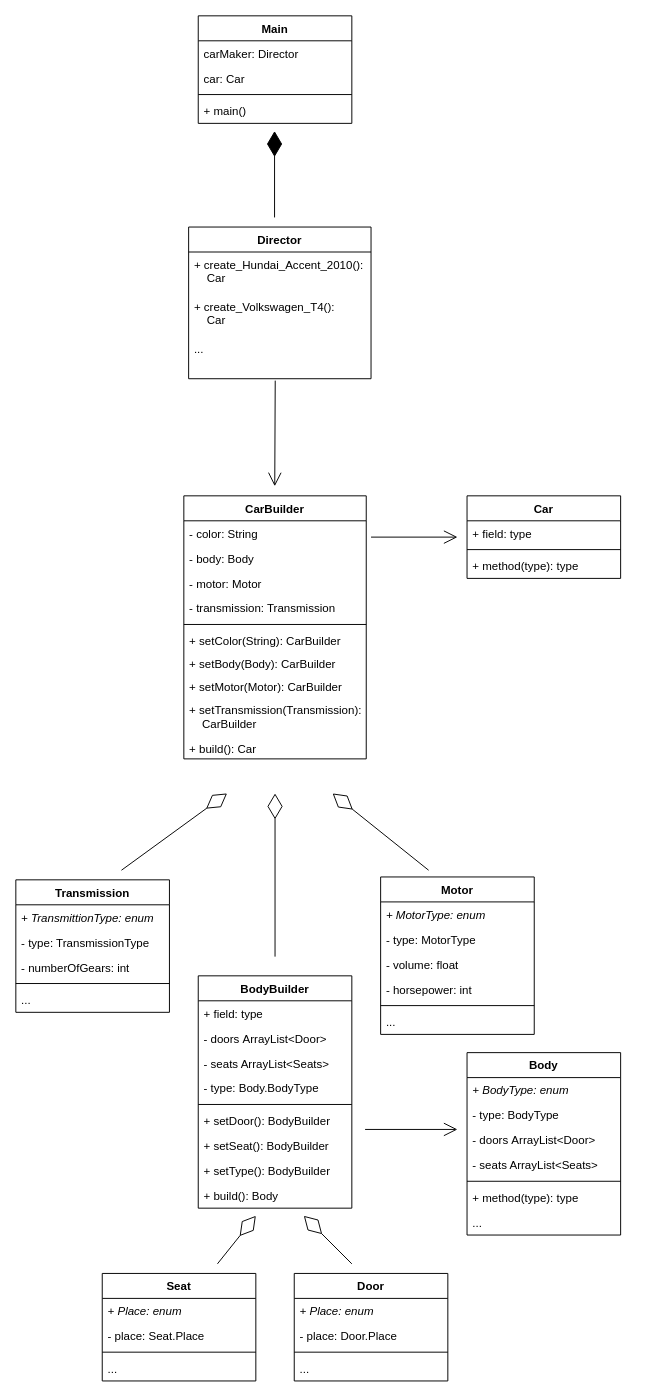
This is 4 Builder/src/Task_hw1/Builder.drawio from grohvlad/design-Patterns, a draw.io file, before an edit. Source tidied: cells renumbered, new cells numbered last; positions are measured from the earlier drawing's top-left corner, leaving out a move shared by most shapes. Both pictures are drawn from the tidied source at 96%, with x=0, y=0 at pixel (15, 15).
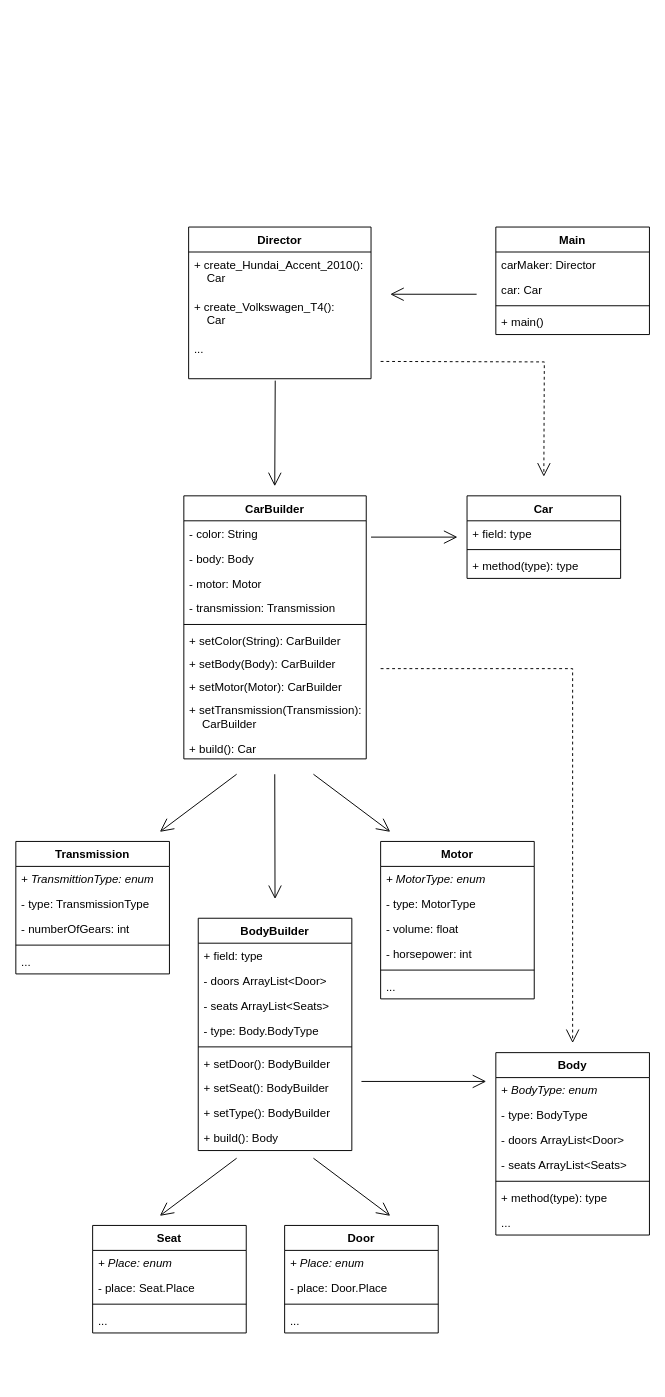
The same diagram, later.

Change to the diagram source:
```diff
@@
     <mxCell id="2" value="Body" style="swimlane;fontStyle=1;align=center;verticalAlign=top;horizontal=1;startSize=26;" parent="1" vertex="1">
-      <mxGeometry x="470" y="1080" width="160" height="190" as="geometry" />
+      <mxGeometry x="500" y="1080" width="160" height="190" as="geometry" />
     </mxCell>
@@
     <mxCell id="10" value="BodyBuilder" style="swimlane;fontStyle=1;align=center;verticalAlign=top;horizontal=1;startSize=26;" parent="1" vertex="1">
-      <mxGeometry x="190" y="1000" width="160" height="242" as="geometry" />
+      <mxGeometry x="190" y="940" width="160" height="242" as="geometry" />
     </mxCell>
@@
     <mxCell id="39" value="Door" style="swimlane;fontStyle=1;align=center;verticalAlign=top;horizontal=1;startSize=26;" parent="1" vertex="1">
-      <mxGeometry x="290" y="1310" width="160" height="112" as="geometry" />
+      <mxGeometry x="280" y="1260" width="160" height="112" as="geometry" />
     </mxCell>
@@
     <mxCell id="44" value="Seat" style="swimlane;fontStyle=1;align=center;verticalAlign=top;horizontal=1;startSize=26;" parent="1" vertex="1">
-      <mxGeometry x="90" y="1310" width="160" height="112" as="geometry" />
+      <mxGeometry x="80" y="1260" width="160" height="112" as="geometry" />
     </mxCell>
@@
-    <mxCell id="46" style="endArrow=diamondThin;endFill=0;endSize=24;html=1;rounded=0;" parent="44" edge="1">
-      <mxGeometry relative="1" as="geometry">
-        <mxPoint x="120" y="-10" as="sourcePoint" />
-        <mxPoint x="160" y="-60" as="targetPoint" />
-      </mxGeometry>
-    </mxCell>
@@
     <mxCell id="50" value="Transmission" style="swimlane;fontStyle=1;align=center;verticalAlign=top;horizontal=1;startSize=26;" parent="1" vertex="1">
-      <mxGeometry y="900" width="160" height="138" as="geometry" />
+      <mxGeometry y="860" width="160" height="138" as="geometry" />
     </mxCell>
@@
     <mxCell id="56" value="Main" style="swimlane;fontStyle=1;align=center;verticalAlign=top;horizontal=1;startSize=26;" parent="1" vertex="1">
-      <mxGeometry x="190" width="160" height="112" as="geometry" />
+      <mxGeometry x="500" y="220" width="160" height="112" as="geometry" />
     </mxCell>
@@
-    <mxCell id="63" style="endArrow=diamondThin;endFill=1;endSize=24;html=1;rounded=0;" parent="1" edge="1">
-      <mxGeometry relative="1" as="geometry">
-        <mxPoint x="269.5" y="210" as="sourcePoint" />
-        <mxPoint x="269.5" y="120" as="targetPoint" />
-      </mxGeometry>
-    </mxCell>
-    <mxCell id="64" style="endArrow=diamondThin;endFill=0;endSize=24;html=1;rounded=0;" parent="1" edge="1">
-      <mxGeometry relative="1" as="geometry">
-        <mxPoint x="110" y="890" as="sourcePoint" />
-        <mxPoint x="220" y="810" as="targetPoint" />
-      </mxGeometry>
-    </mxCell>
     <mxCell id="65" style="endArrow=open;endFill=1;endSize=12;html=1;rounded=0;" parent="1" edge="1">
       <mxGeometry relative="1" as="geometry">
-        <mxPoint x="363.8" y="1160" as="sourcePoint" />
-        <mxPoint x="460" y="1160" as="targetPoint" />
+        <mxPoint x="360" y="1110" as="sourcePoint" />
+        <mxPoint x="490" y="1110" as="targetPoint" />
       </mxGeometry>
     </mxCell>
-    <mxCell id="66" style="endArrow=diamondThin;endFill=0;endSize=24;html=1;rounded=0;" parent="1" edge="1">
-      <mxGeometry relative="1" as="geometry">
-        <mxPoint x="430" y="890" as="sourcePoint" />
-        <mxPoint x="330" y="810" as="targetPoint" />
-      </mxGeometry>
-    </mxCell>
-    <mxCell id="67" style="endArrow=diamondThin;endFill=0;endSize=24;html=1;rounded=0;" parent="1" edge="1">
-      <mxGeometry relative="1" as="geometry">
-        <mxPoint x="270" y="980" as="sourcePoint" />
-        <mxPoint x="270" y="810" as="targetPoint" />
-      </mxGeometry>
-    </mxCell>
     <mxCell id="68" value="Motor" style="swimlane;fontStyle=1;align=center;verticalAlign=top;horizontal=1;startSize=26;" parent="1" vertex="1">
-      <mxGeometry x="380" y="897" width="160" height="164" as="geometry" />
+      <mxGeometry x="380" y="860" width="160" height="164" as="geometry" />
     </mxCell>
@@
-    <mxCell id="75" style="endArrow=diamondThin;endFill=0;endSize=24;html=1;rounded=0;" parent="1" edge="1">
-      <mxGeometry relative="1" as="geometry">
-        <mxPoint x="350" y="1300" as="sourcePoint" />
-        <mxPoint x="300" y="1250" as="targetPoint" />
-      </mxGeometry>
-    </mxCell>
+    <mxCell id="76" style="endArrow=open;endFill=1;endSize=12;html=1;rounded=0;" parent="1" edge="1">
+      <mxGeometry relative="1" as="geometry">
+        <mxPoint x="480" y="290" as="sourcePoint" />
+        <mxPoint x="390" y="290" as="targetPoint" />
+      </mxGeometry>
+    </mxCell>
+    <mxCell id="77" style="endArrow=open;endSize=12;dashed=1;html=1;rounded=0;edgeStyle=orthogonalEdgeStyle;" parent="1" edge="1">
+      <mxGeometry x="0.12" y="-20" relative="1" as="geometry">
+        <mxPoint x="380" y="360" as="sourcePoint" />
+        <mxPoint x="550" y="480" as="targetPoint" />
+        <mxPoint x="-1" as="offset" />
+      </mxGeometry>
+    </mxCell>
+    <mxCell id="78" style="endArrow=open;endFill=1;endSize=12;html=1;rounded=0;" parent="1" edge="1">
+      <mxGeometry relative="1" as="geometry">
+        <mxPoint x="269.7" y="790" as="sourcePoint" />
+        <mxPoint x="270" y="920" as="targetPoint" />
+      </mxGeometry>
+    </mxCell>
+    <mxCell id="79" style="endArrow=open;endFill=1;endSize=12;html=1;rounded=0;" parent="1" edge="1">
+      <mxGeometry relative="1" as="geometry">
+        <mxPoint x="230" y="790" as="sourcePoint" />
+        <mxPoint x="150" y="850" as="targetPoint" />
+      </mxGeometry>
+    </mxCell>
+    <mxCell id="80" style="endArrow=open;endFill=1;endSize=12;html=1;rounded=0;" parent="1" edge="1">
+      <mxGeometry relative="1" as="geometry">
+        <mxPoint x="310" y="790" as="sourcePoint" />
+        <mxPoint x="390" y="850" as="targetPoint" />
+      </mxGeometry>
+    </mxCell>
+    <mxCell id="81" style="endArrow=open;endSize=12;dashed=1;html=1;rounded=0;edgeStyle=orthogonalEdgeStyle;" parent="1" edge="1">
+      <mxGeometry x="0.12" y="-20" relative="1" as="geometry">
+        <mxPoint x="380" y="680" as="sourcePoint" />
+        <mxPoint x="580" y="1070" as="targetPoint" />
+        <Array as="points">
+          <mxPoint x="580" y="680" />
+          <mxPoint x="580" y="1070" />
+        </Array>
+        <mxPoint x="-1" as="offset" />
+      </mxGeometry>
+    </mxCell>
+    <mxCell id="82" style="endArrow=open;endFill=1;endSize=12;html=1;rounded=0;" parent="1" edge="1">
+      <mxGeometry relative="1" as="geometry">
+        <mxPoint x="230" y="1190" as="sourcePoint" />
+        <mxPoint x="150" y="1250" as="targetPoint" />
+      </mxGeometry>
+    </mxCell>
+    <mxCell id="83" style="endArrow=open;endFill=1;endSize=12;html=1;rounded=0;" parent="1" edge="1">
+      <mxGeometry relative="1" as="geometry">
+        <mxPoint x="310" y="1190" as="sourcePoint" />
+        <mxPoint x="390" y="1250" as="targetPoint" />
+      </mxGeometry>
+    </mxCell>
```
